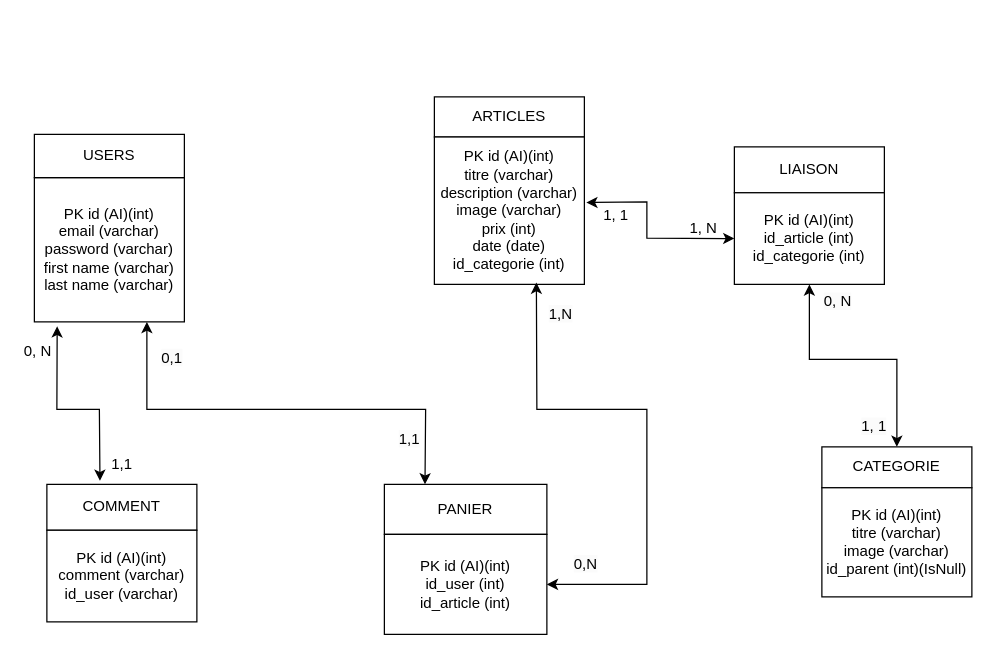
Above: maquette/SCHEMA_EN_UML.drawio in Luxanna23/boutique-en-ligne (draw.io), before the change. Source tidied: cells renumbered, new cells numbered last; positions are measured from the earlier drawing's top-left corner, leaving out a move shared by most shapes. Both pictures are drawn from the tidied source at 125%, with x=0, y=0 at pixel (21, 96).
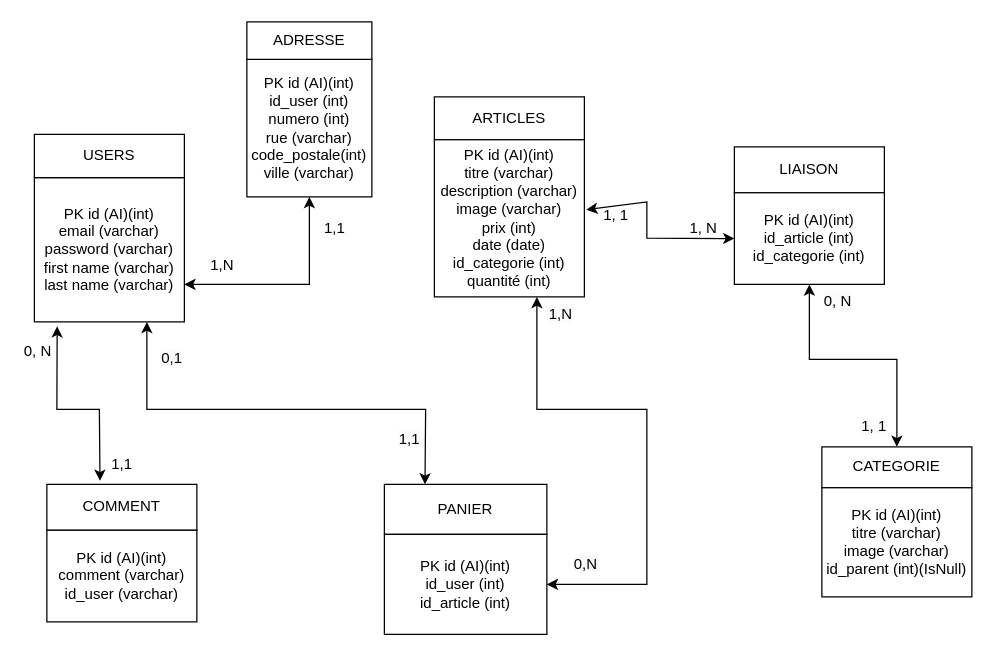
The same diagram, later.

Commit message:
Mettre à jour SCHEMA_EN_UML.drawio

The change refers to these unchanged cells:
```xml
<mxCell id="7" value="PK id (AI)(int)&lt;br&gt;id_user (int)&lt;br&gt;id_article (int)" style="rounded=0;whiteSpace=wrap;html=1;" parent="5" vertex="1">
  <mxGeometry y="40" width="130" height="80" as="geometry" />
</mxCell>
```

Change to the diagram source:
```diff
@@
     <mxCell id="11" style="group;" parent="1" vertex="1">
-      <mxGeometry x="330" width="120" height="150" as="geometry" />
+      <mxGeometry x="330" width="120" height="160" as="geometry" />
     </mxCell>
     <mxCell id="12" value="ARTICLES" style="rounded=0;whiteSpace=wrap;html=1;" parent="11" vertex="1">
-      <mxGeometry width="120" height="32.1" as="geometry" />
+      <mxGeometry width="120" height="34.3" as="geometry" />
     </mxCell>
-    <mxCell id="13" value="PK id (AI)(int)&lt;br&gt;titre (varchar)&lt;br&gt;description (varchar)&lt;br&gt;image (varchar)&lt;br&gt;prix (int)&lt;br&gt;date (date)&lt;br&gt;id_categorie (int)" style="rounded=0;whiteSpace=wrap;html=1;" parent="11" vertex="1">
-      <mxGeometry y="32.1" width="120" height="117.9" as="geometry" />
+    <mxCell id="13" value="PK id (AI)(int)&lt;br&gt;titre (varchar)&lt;br&gt;description (varchar)&lt;br&gt;image (varchar)&lt;br&gt;prix (int)&lt;br&gt;date (date)&lt;br&gt;id_categorie (int)&lt;br&gt;quantité (int)" style="rounded=0;whiteSpace=wrap;html=1;" parent="11" vertex="1">
+      <mxGeometry y="34.3" width="120" height="125.7" as="geometry" />
     </mxCell>
@@
-    <mxCell id="31" style="endArrow=classic;startArrow=classic;html=1;rounded=0;entryX=0.68;entryY=0.988;entryDx=0;entryDy=0;entryPerimeter=0;exitX=1;exitY=0.5;exitDx=0;exitDy=0;" parent="1" edge="1" source="7" target="13">
+    <mxCell id="31" style="endArrow=classic;startArrow=classic;html=1;rounded=0;exitX=1;exitY=0.5;exitDx=0;exitDy=0;" parent="1" edge="1" source="7">
       <mxGeometry relative="1" as="geometry">
+        <mxPoint x="412" y="160" as="targetPoint" />
         <Array as="points">
           <mxPoint x="500" y="390" />
           <mxPoint x="500" y="250" />
           <mxPoint x="412" y="250" />
         </Array>
       </mxGeometry>
     </mxCell>
@@
+    <mxCell id="35" style="group;" parent="1" vertex="1">
+      <mxGeometry x="180" y="-60" width="100" height="140" as="geometry" />
+    </mxCell>
+    <mxCell id="36" value="PK id (AI)(int)&lt;br&gt;id_user (int)&lt;br&gt;numero (int)&lt;br&gt;rue (varchar)&lt;br&gt;code_postale(int)&lt;br&gt;ville (varchar)" style="rounded=0;whiteSpace=wrap;html=1;" parent="35" vertex="1">
+      <mxGeometry y="30" width="100" height="110" as="geometry" />
+    </mxCell>
+    <mxCell id="37" value="ADRESSE" style="rounded=0;whiteSpace=wrap;html=1;" parent="35" vertex="1">
+      <mxGeometry width="100" height="30" as="geometry" />
+    </mxCell>
+    <mxCell id="38" style="endArrow=classic;startArrow=classic;html=1;rounded=0;entryX=0.5;entryY=1;entryDx=0;entryDy=0;" parent="1" edge="1" target="36">
+      <mxGeometry relative="1" as="geometry">
+        <mxPoint x="130" y="150" as="sourcePoint" />
+        <Array as="points">
+          <mxPoint x="230" y="150" />
+        </Array>
+      </mxGeometry>
+    </mxCell>
+    <mxCell id="39" value="1,1" style="text;html=1;align=center;verticalAlign=middle;strokeColor=none;fillColor=none;" parent="1" vertex="1">
+      <mxGeometry x="230" y="90" width="40" height="30" as="geometry" />
+    </mxCell>
+    <mxCell id="40" value="1,N" style="text;html=1;align=center;verticalAlign=middle;strokeColor=none;fillColor=none;" parent="1" vertex="1">
+      <mxGeometry x="140" y="120" width="40" height="30" as="geometry" />
+    </mxCell>
```
